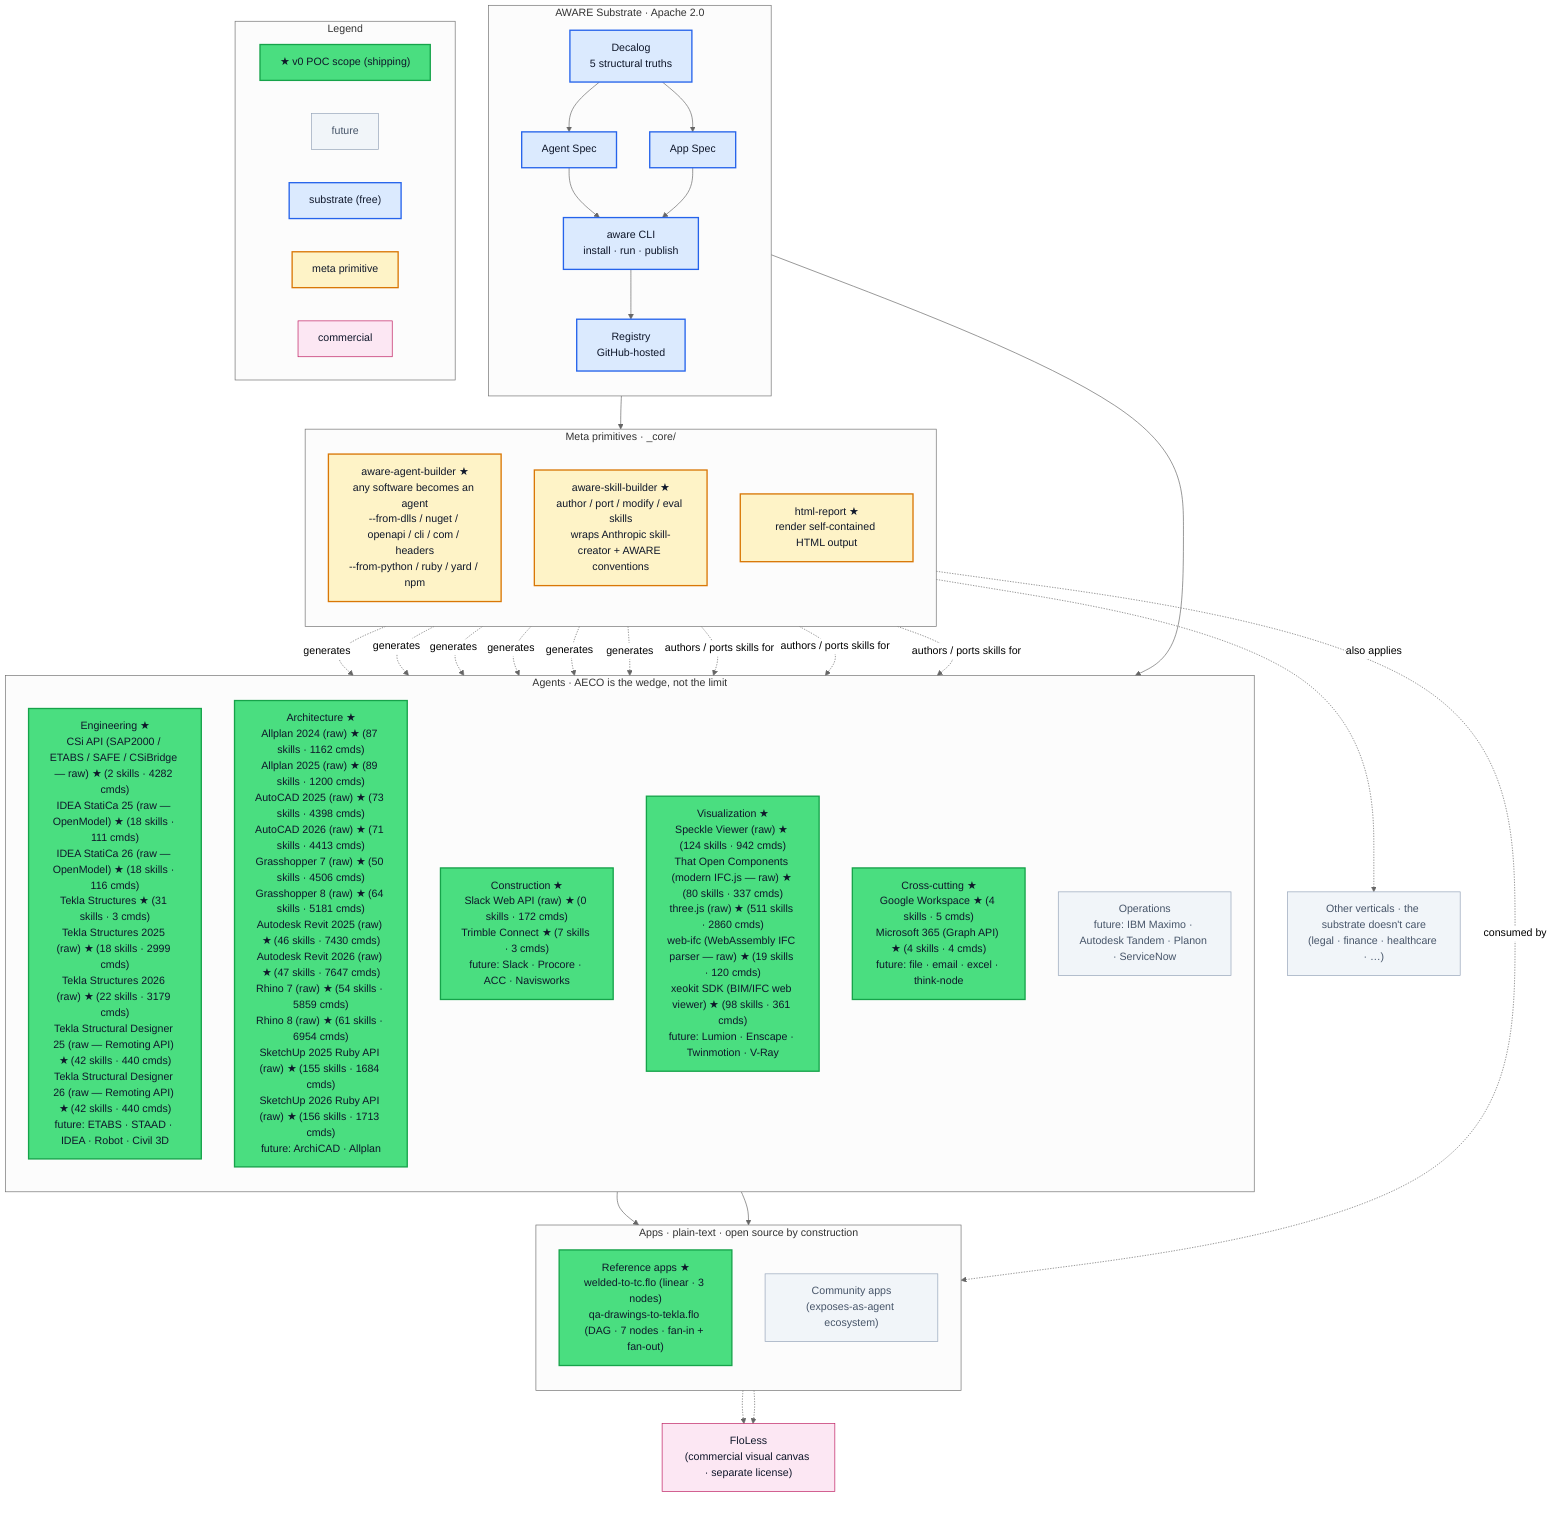
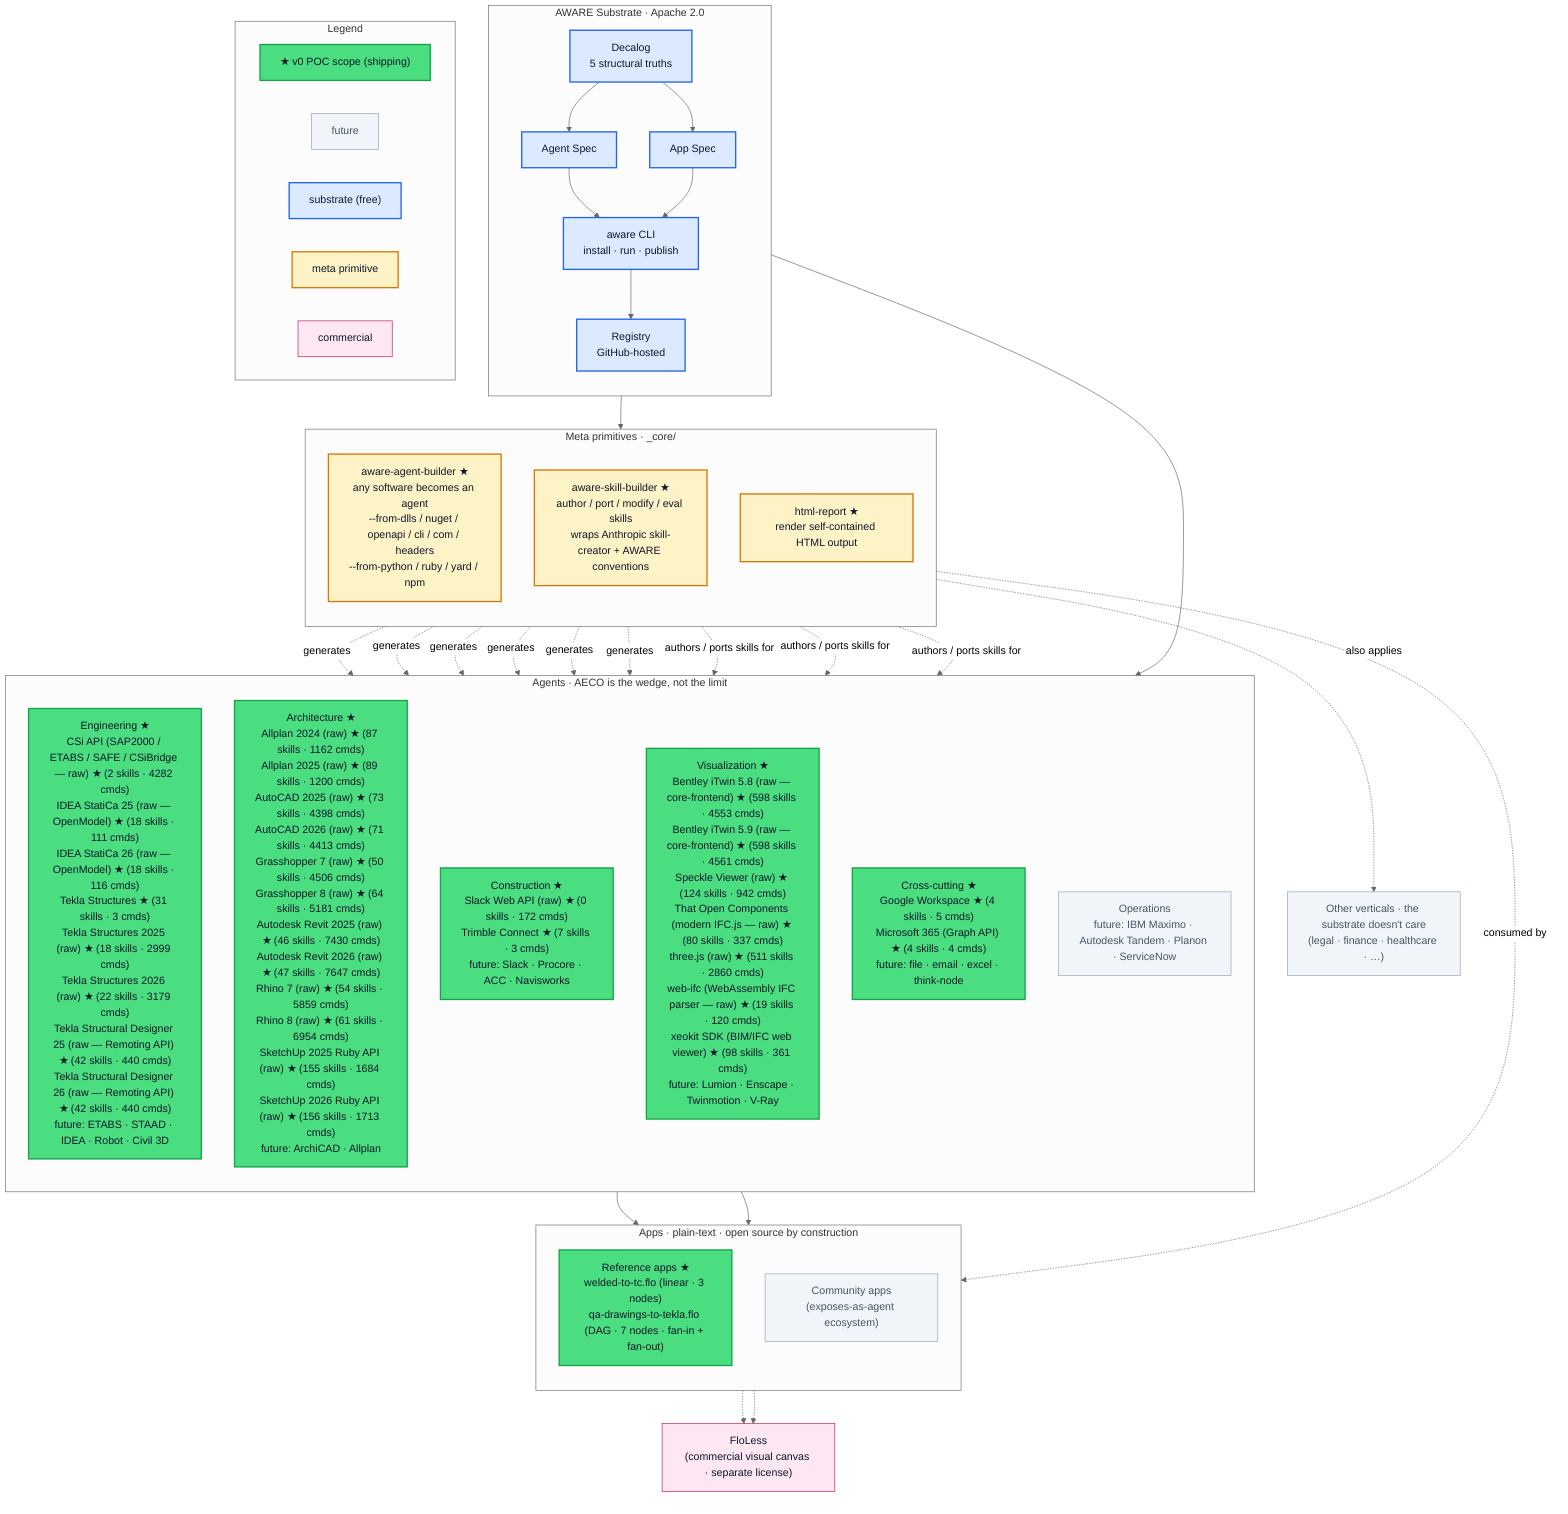
%%{init: {'theme':'neutral'}}%%
graph TB

  %% =========================================================
  %% Style classes
  %% =========================================================
  classDef poc        fill:#4ade80,stroke:#16a34a,color:#0f172a,stroke-width:2px
  classDef future     fill:#f1f5f9,stroke:#94a3b8,color:#475569
  classDef substrate  fill:#dbeafe,stroke:#2563eb,color:#0f172a,stroke-width:2px
  classDef meta       fill:#fef3c7,stroke:#d97706,color:#0f172a,stroke-width:2px
  classDef app        fill:#e0e7ff,stroke:#6366f1,color:#0f172a
  classDef commercial fill:#fce7f3,stroke:#be185d,color:#0f172a

  %% =========================================================
  %% Substrate · Apache 2.0
  %% =========================================================
  subgraph SUB["AWARE Substrate · Apache 2.0"]
    direction TB
    Decalog["Decalog<br/>5 structural truths"]:::substrate
    AgentSpec["Agent Spec"]:::substrate
    AppSpec["App Spec"]:::substrate
    CLI["aware CLI<br/>install · run · publish"]:::substrate
    Registry["Registry<br/>GitHub-hosted"]:::substrate

    Decalog --> AgentSpec
    Decalog --> AppSpec
    AgentSpec --> CLI
    AppSpec --> CLI
    CLI --> Registry
  end

  %% =========================================================
  %% Meta primitives — under _core/
  %% =========================================================
  subgraph META["Meta primitives · _core/"]
    direction TB
    Builder["aware-agent-builder ★<br/>any software becomes an agent<br/>--from-dlls / nuget / openapi / cli / com / headers<br/>--from-python / ruby / yard / npm"]:::meta
    SkillBuilder["aware-skill-builder ★<br/>author / port / modify / eval skills<br/>wraps Anthropic skill-creator + AWARE conventions"]:::meta
    HtmlReport["html-report ★<br/>render self-contained HTML output"]:::meta
  end

  %% =========================================================
  %% Agents · AECO (the wedge)
  %% =========================================================
  subgraph AGENTS["Agents · AECO is the wedge, not the limit"]
    direction TB

    %% AWARE-AUTOGEN-AGENTS-BEGIN (regenerated by `aware diagram regenerate --in-place 40-diagrams/aware-master.mmd`)
    Eng["Engineering ★<br/>CSi API (SAP2000 / ETABS / SAFE / CSiBridge — raw) ★ (2 skills · 4282 cmds)<br/>IDEA StatiCa 25 (raw — OpenModel) ★ (18 skills · 111 cmds)<br/>IDEA StatiCa 26 (raw — OpenModel) ★ (18 skills · 116 cmds)<br/>Tekla Structures ★ (31 skills · 3 cmds)<br/>Tekla Structures 2025 (raw) ★ (18 skills · 2999 cmds)<br/>Tekla Structures 2026 (raw) ★ (22 skills · 3179 cmds)<br/>Tekla Structural Designer 25 (raw — Remoting API) ★ (42 skills · 440 cmds)<br/>Tekla Structural Designer 26 (raw — Remoting API) ★ (42 skills · 440 cmds)<br/>future: ETABS · STAAD · IDEA · Robot · Civil 3D"]:::poc
    Arch["Architecture ★<br/>Allplan 2024 (raw) ★ (87 skills · 1162 cmds)<br/>Allplan 2025 (raw) ★ (89 skills · 1200 cmds)<br/>AutoCAD 2025 (raw) ★ (73 skills · 4398 cmds)<br/>AutoCAD 2026 (raw) ★ (71 skills · 4413 cmds)<br/>Grasshopper 7 (raw) ★ (50 skills · 4506 cmds)<br/>Grasshopper 8 (raw) ★ (64 skills · 5181 cmds)<br/>Autodesk Revit 2025 (raw) ★ (46 skills · 7430 cmds)<br/>Autodesk Revit 2026 (raw) ★ (47 skills · 7647 cmds)<br/>Rhino 7 (raw) ★ (54 skills · 5859 cmds)<br/>Rhino 8 (raw) ★ (61 skills · 6954 cmds)<br/>SketchUp 2025 Ruby API (raw) ★ (155 skills · 1684 cmds)<br/>SketchUp 2026 Ruby API (raw) ★ (156 skills · 1713 cmds)<br/>future: ArchiCAD · Allplan"]:::poc
    Cons["Construction ★<br/>Slack Web API (raw) ★ (0 skills · 172 cmds)<br/>Trimble Connect ★ (7 skills · 3 cmds)<br/>future: Slack · Procore · ACC · Navisworks"]:::poc
-     Viz["Visualization ★<br/>Speckle Viewer (raw) ★ (124 skills · 942 cmds)<br/>That Open Components (modern IFC.js — raw) ★ (80 skills · 337 cmds)<br/>three.js (raw) ★ (511 skills · 2860 cmds)<br/>web-ifc (WebAssembly IFC parser — raw) ★ (19 skills · 120 cmds)<br/>xeokit SDK (BIM/IFC web viewer) ★ (98 skills · 361 cmds)<br/>future: Lumion · Enscape · Twinmotion · V-Ray"]:::poc
+     Viz["Visualization ★<br/>Bentley iTwin 5.8 (raw — core-frontend) ★ (598 skills · 4553 cmds)<br/>Bentley iTwin 5.9 (raw — core-frontend) ★ (598 skills · 4561 cmds)<br/>Speckle Viewer (raw) ★ (124 skills · 942 cmds)<br/>That Open Components (modern IFC.js — raw) ★ (80 skills · 337 cmds)<br/>three.js (raw) ★ (511 skills · 2860 cmds)<br/>web-ifc (WebAssembly IFC parser — raw) ★ (19 skills · 120 cmds)<br/>xeokit SDK (BIM/IFC web viewer) ★ (98 skills · 361 cmds)<br/>future: Lumion · Enscape · Twinmotion · V-Ray"]:::poc
    Cross["Cross-cutting ★<br/>Google Workspace ★ (4 skills · 5 cmds)<br/>Microsoft 365 (Graph API) ★ (4 skills · 4 cmds)<br/>future: file · email · excel · think-node"]:::poc
    Ops["Operations<br/>future: IBM Maximo · Autodesk Tandem · Planon · ServiceNow"]:::future
%% AWARE-AUTOGEN-AGENTS-END
  end

  Other["Other verticals · the substrate doesn't care<br/>(legal · finance · healthcare · …)"]:::future

  %% =========================================================
  %% Apps · plain-text compositions
  %% =========================================================
  subgraph APPS["Apps · plain-text · open source by construction"]
    direction TB
    Refs["Reference apps ★<br/>welded-to-tc.flo (linear · 3 nodes)<br/>qa-drawings-to-tekla.flo (DAG · 7 nodes · fan-in + fan-out)"]:::poc
    Community["Community apps<br/>(exposes-as-agent ecosystem)"]:::future
  end

  %% =========================================================
  %% Commercial layer
  %% =========================================================
  FloLess["FloLess<br/>(commercial visual canvas · separate license)"]:::commercial

  %% =========================================================
  %% Wiring
  %% =========================================================
  Registry --> META
  Registry --> AGENTS

  Builder -. generates .-> Eng
  Builder -. generates .-> Cons
  Builder -. generates .-> Cross
  Builder -. generates .-> Arch
  Builder -. generates .-> Viz
  Builder -. generates .-> Ops
  Builder -. also applies .-> Other

  SkillBuilder -. authors / ports skills for .-> Eng
  SkillBuilder -. authors / ports skills for .-> Cons
  SkillBuilder -. authors / ports skills for .-> Cross

  AGENTS --> Refs
  AGENTS --> Community
  HtmlReport -. consumed by .-> Refs

  Refs -.-> FloLess
  Community -.-> FloLess

  %% =========================================================
  %% Legend
  %% =========================================================
  subgraph LEGEND["Legend"]
    direction LR
    LegPoc["★ v0 POC scope (shipping)"]:::poc
    LegFut["future"]:::future
    LegSub["substrate (free)"]:::substrate
    LegMeta["meta primitive"]:::meta
    LegComm["commercial"]:::commercial
  end
